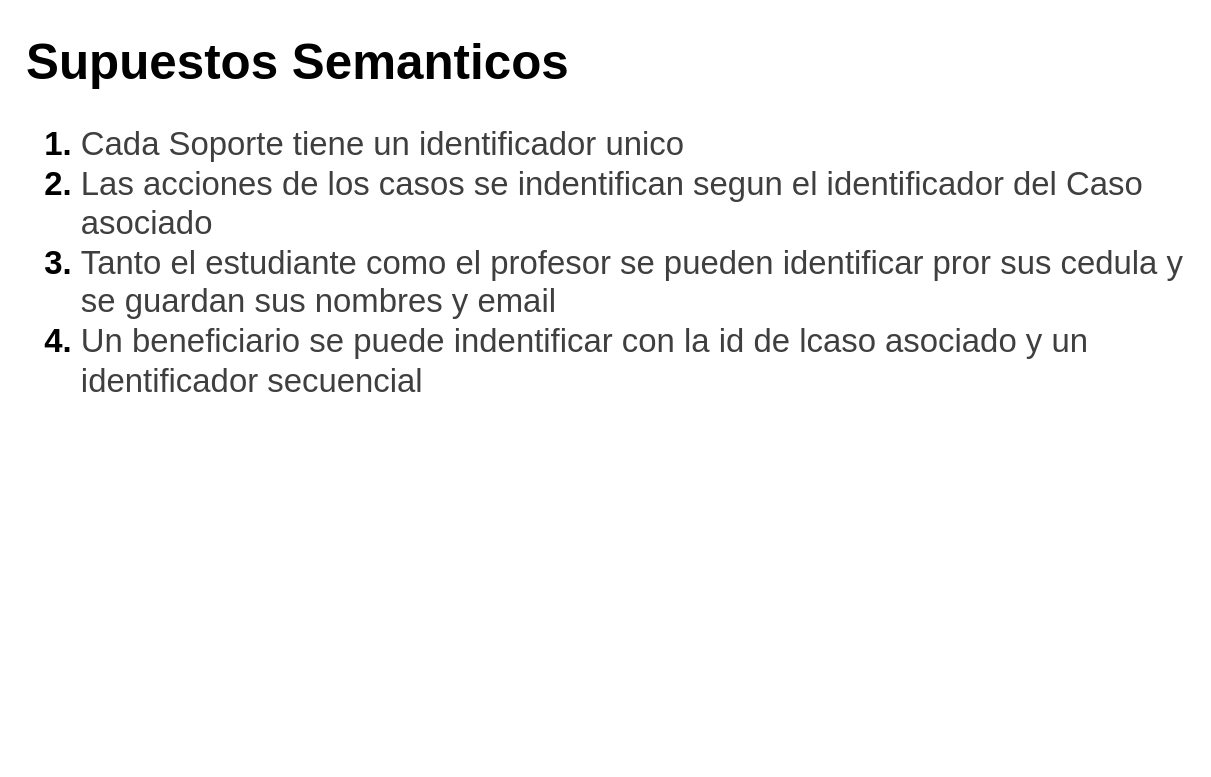
Before: page "Supuestos" (2 of 2) of doc/diagramaConceptual.drawio in DanielCarrenoMar/ClinicaJuridica-UCAB, a draw.io diagram. Source tidied: cells renumbered, new cells numbered last; positions are measured from the earlier drawing's top-left corner, leaving out a move shared by most shapes. Both pictures are drawn from the tidied source at 137%, with x=0, y=0 at pixel (23, 23).
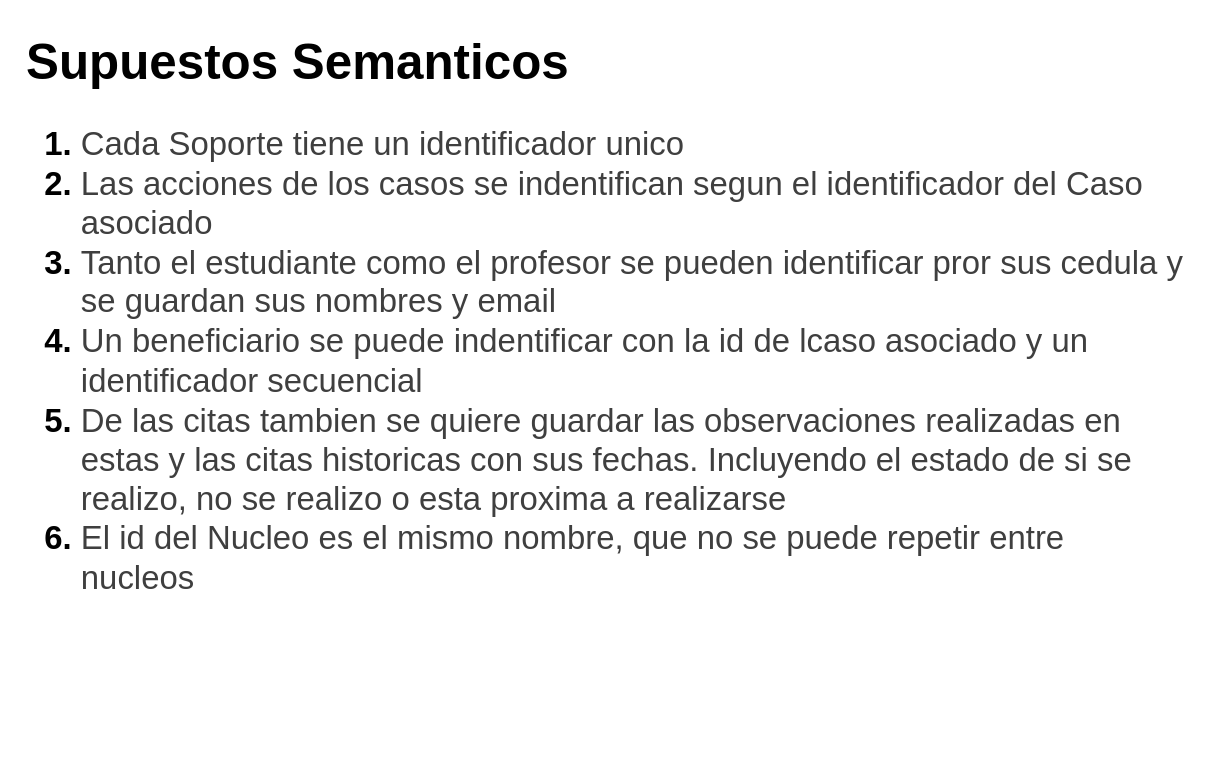
Above is the later version.

Commit message (it also covers changes not shown here):
doc (Diag Concep): Tabla Nucleo, Cita y poner estatus de estudiante en Usuario

The edit, as a diff of the source:
```diff
@@
 <mxGraphModel>
   <root>
     <mxCell id="0" />
     <mxCell id="1" parent="0" />
-    <mxCell id="2" value="&lt;h1 style=&quot;margin-top: 0px;&quot;&gt;&lt;font style=&quot;font-size: 36px;&quot;&gt;Supuestos Semanticos&lt;/font&gt;&lt;/h1&gt;&lt;h1 style=&quot;margin-top: 0px;&quot;&gt;&lt;ol&gt;&lt;li&gt;&lt;span style=&quot;background-color: transparent; color: rgb(63, 63, 63); font-weight: normal;&quot;&gt;Cada Soporte tiene un identificador unico&lt;/span&gt;&lt;/li&gt;&lt;li&gt;&lt;span style=&quot;background-color: transparent; color: rgb(63, 63, 63); font-weight: normal;&quot;&gt;Las acciones de los casos se indentifican segun el identificador del Caso asociado&lt;/span&gt;&lt;/li&gt;&lt;li&gt;&lt;span style=&quot;background-color: transparent; color: rgb(63, 63, 63); font-weight: normal;&quot;&gt;Tanto el estudiante como el profesor se pueden identificar pror sus cedula y se guardan sus nombres y email&lt;/span&gt;&lt;/li&gt;&lt;li&gt;&lt;span style=&quot;background-color: transparent; color: rgb(63, 63, 63); font-weight: normal;&quot;&gt;Un beneficiario se puede indentificar con la id de lcaso asociado y un identificador secuencial&lt;/span&gt;&lt;/li&gt;&lt;/ol&gt;&lt;/h1&gt;&lt;p&gt;&lt;/p&gt;" style="text;html=1;whiteSpace=wrap;overflow=hidden;rounded=0;" parent="1" vertex="1">
+    <mxCell id="2" value="&lt;h1 style=&quot;margin-top: 0px;&quot;&gt;&lt;font style=&quot;font-size: 36px;&quot;&gt;Supuestos Semanticos&lt;/font&gt;&lt;/h1&gt;&lt;h1 style=&quot;margin-top: 0px;&quot;&gt;&lt;ol&gt;&lt;li&gt;&lt;span style=&quot;background-color: transparent; color: rgb(63, 63, 63); font-weight: normal;&quot;&gt;Cada Soporte tiene un identificador unico&lt;/span&gt;&lt;/li&gt;&lt;li&gt;&lt;span style=&quot;background-color: transparent; color: rgb(63, 63, 63); font-weight: normal;&quot;&gt;Las acciones de los casos se indentifican segun el identificador del Caso asociado&lt;/span&gt;&lt;/li&gt;&lt;li&gt;&lt;span style=&quot;background-color: transparent; color: rgb(63, 63, 63); font-weight: normal;&quot;&gt;Tanto el estudiante como el profesor se pueden identificar pror sus cedula y se guardan sus nombres y email&lt;/span&gt;&lt;/li&gt;&lt;li&gt;&lt;span style=&quot;background-color: transparent; color: rgb(63, 63, 63); font-weight: normal;&quot;&gt;Un beneficiario se puede indentificar con la id de lcaso asociado y un identificador secuencial&lt;/span&gt;&lt;/li&gt;&lt;li&gt;&lt;span style=&quot;background-color: transparent; color: rgb(63, 63, 63); font-weight: normal;&quot;&gt;De las citas tambien se quiere guardar las observaciones realizadas en estas y las citas historicas con sus fechas. Incluyendo el estado de si se realizo, no se realizo o esta proxima a realizarse&lt;/span&gt;&lt;/li&gt;&lt;li&gt;&lt;span style=&quot;background-color: transparent; color: rgb(63, 63, 63); font-weight: normal;&quot;&gt;El id del Nucleo es el mismo nombre, que no se puede repetir entre nucleos&amp;nbsp;&lt;/span&gt;&lt;/li&gt;&lt;/ol&gt;&lt;/h1&gt;&lt;p&gt;&lt;/p&gt;" style="text;html=1;whiteSpace=wrap;overflow=hidden;rounded=0;" parent="1" vertex="1">
       <mxGeometry width="850" height="530" as="geometry" />
     </mxCell>
   </root>
 </mxGraphModel>
```
